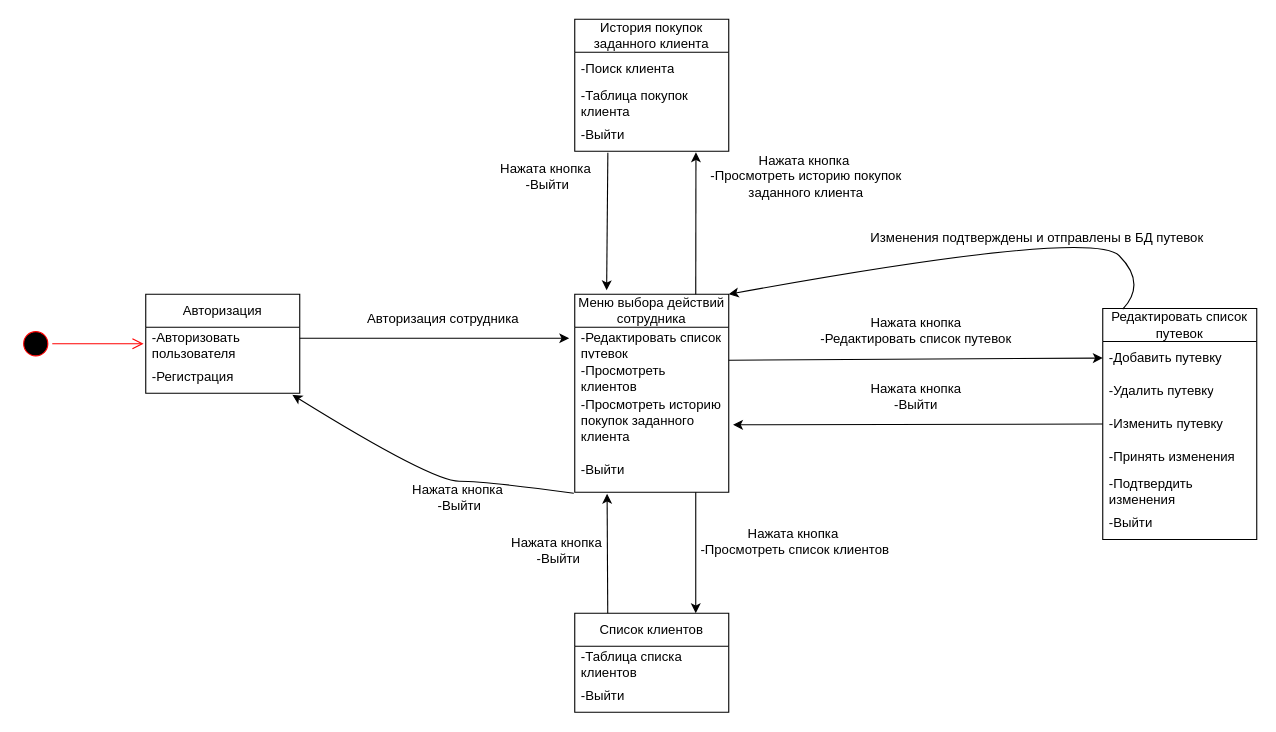
The draw.io diagram Диаграмма переходов СОТРУДНИК.drawio in Korobkov124/Interface-layout.Task4, before the edit. Source tidied: cells renumbered, new cells numbered last; positions are measured from the earlier drawing's top-left corner, leaving out a move shared by most shapes. Both pictures are drawn from the tidied source at 110%, with x=0, y=0 at pixel (19, 19).
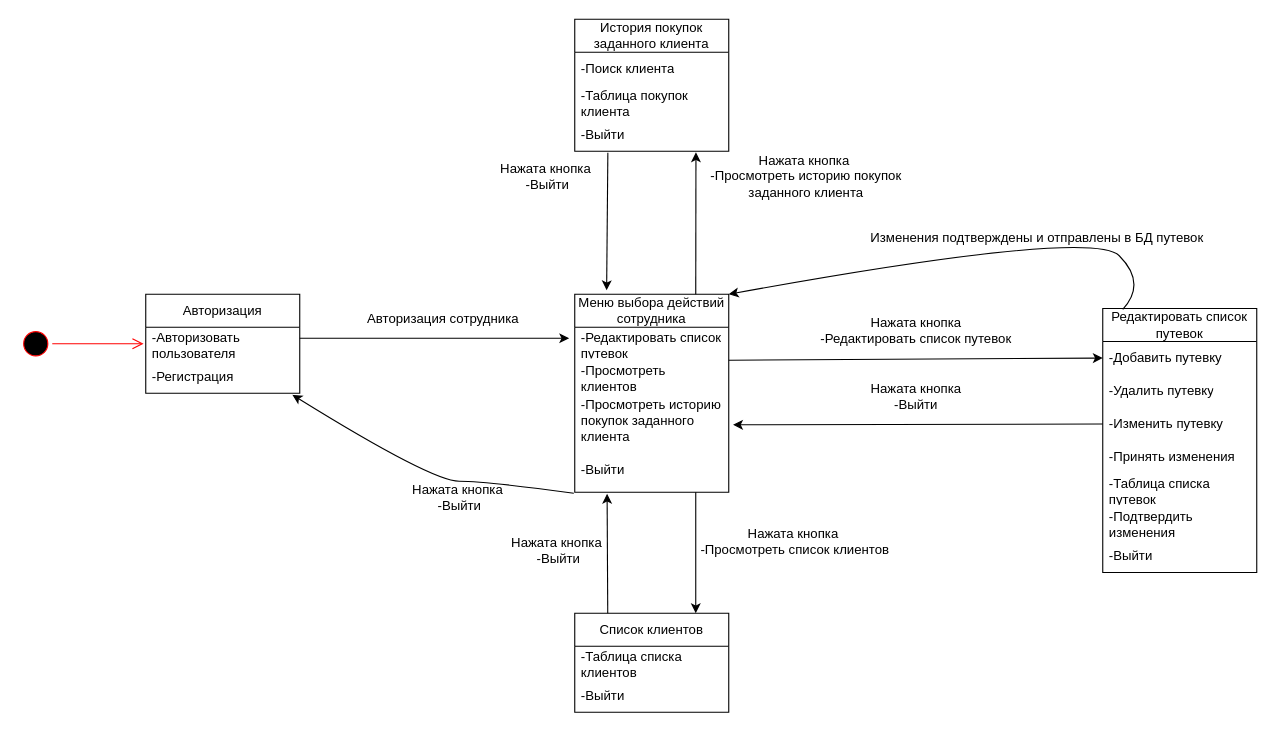
The same diagram, later.

The edit, as a diff of the source:
```diff
@@
     <mxCell id="17" value="Редактировать список путевок" style="swimlane;fontStyle=0;horizontal=1;startSize=30;whiteSpace=wrap;html=1;" parent="1" vertex="1">
-      <mxGeometry x="985" y="263" width="140" height="210" as="geometry" />
+      <mxGeometry x="985" y="263" width="140" height="240" as="geometry" />
     </mxCell>
@@
+    <mxCell id="44" value="-Таблица списка путевок" style="text;strokeColor=none;fillColor=none;align=left;verticalAlign=middle;spacingLeft=4;spacingRight=4;overflow=hidden;whiteSpace=wrap;html=1;" parent="17" vertex="1">
+      <mxGeometry y="150" width="140" height="30" as="geometry" />
+    </mxCell>
     <mxCell id="22" value="-Подтвердить изменения" style="text;strokeColor=none;fillColor=none;align=left;verticalAlign=middle;spacingLeft=4;spacingRight=4;overflow=hidden;whiteSpace=wrap;html=1;" parent="17" vertex="1">
-      <mxGeometry y="150" width="140" height="30" as="geometry" />
+      <mxGeometry y="180" width="140" height="30" as="geometry" />
     </mxCell>
     <mxCell id="23" value="-Выйти" style="text;strokeColor=none;fillColor=none;align=left;verticalAlign=middle;spacingLeft=4;spacingRight=4;overflow=hidden;whiteSpace=wrap;html=1;" parent="17" vertex="1">
-      <mxGeometry y="180" width="140" height="30" as="geometry" />
+      <mxGeometry y="210" width="140" height="30" as="geometry" />
     </mxCell>
```
